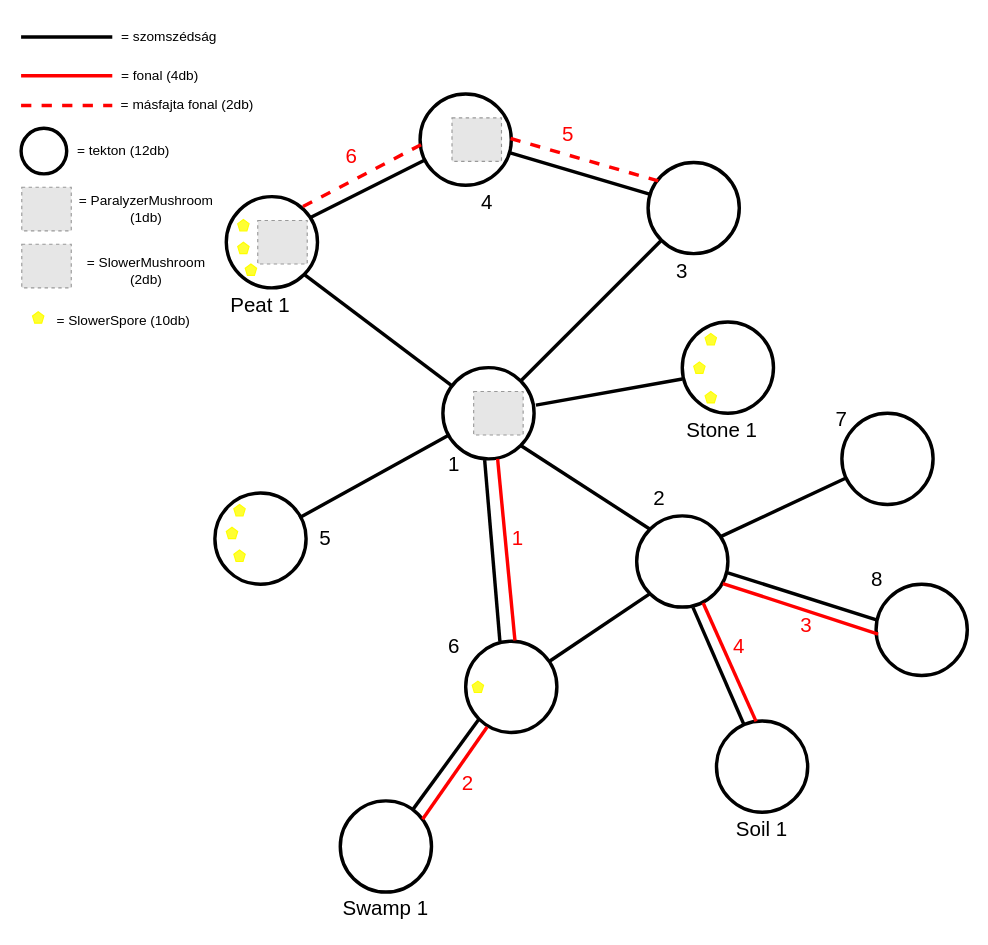
Earlier version of the draw.io diagram UML/arrangeRajzok/arrange_4.drawio (Darknet500/Pandora-Fungis). Source tidied: cells renumbered, new cells numbered last; positions are measured from the earlier drawing's top-left corner, leaving out a move shared by most shapes. Both pictures are drawn from the tidied source at 114%, with x=0, y=0 at pixel (21, 19). Pictures stored in the file or linked from it are replaced by grey dashed boxes.
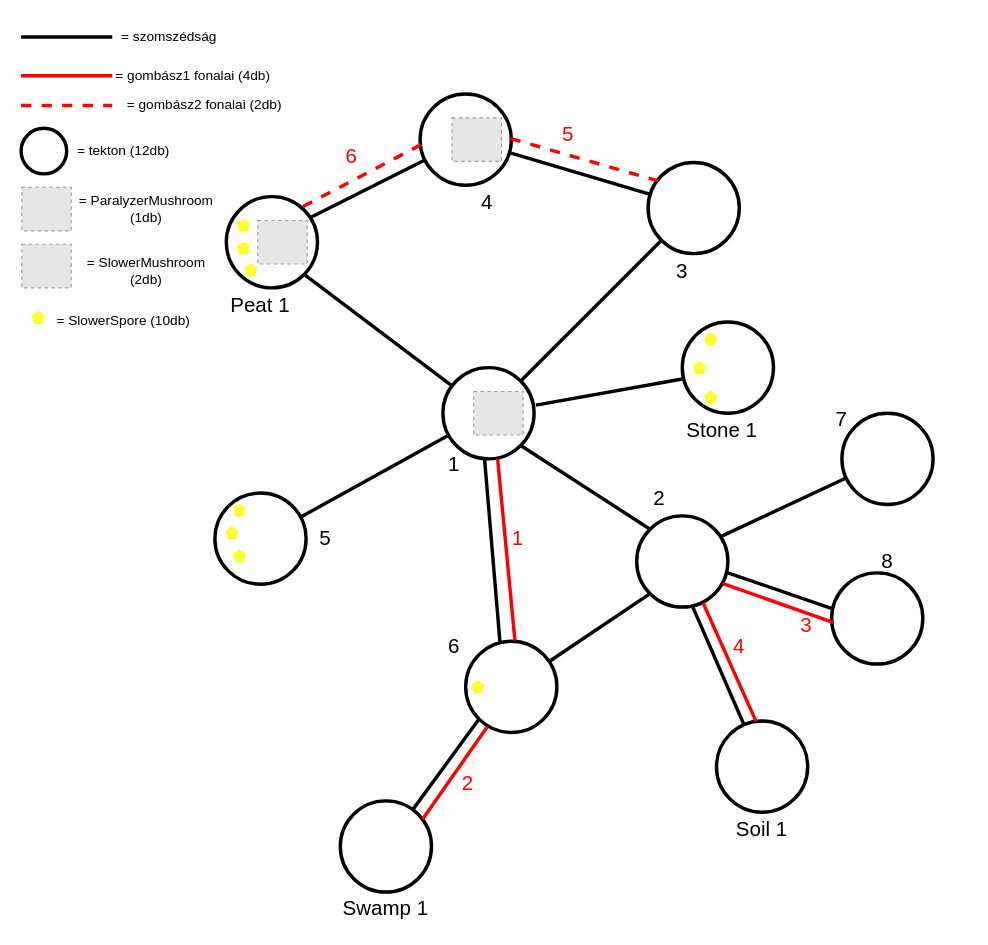
After the change.

Diff of the diagram source:
```diff
@@
     <mxCell id="11" style="ellipse;whiteSpace=wrap;html=1;strokeWidth=3;" parent="1" vertex="1">
-      <mxGeometry x="750" y="495" width="80" height="80" as="geometry" />
+      <mxGeometry x="711" y="485" width="80" height="80" as="geometry" />
     </mxCell>
@@
     <mxCell id="50" value="&lt;font style=&quot;font-size: 18px;&quot;&gt;8&lt;/font&gt;" style="text;html=1;align=center;verticalAlign=middle;whiteSpace=wrap;rounded=0;" parent="1" vertex="1">
-      <mxGeometry x="721" y="476" width="60" height="30" as="geometry" />
+      <mxGeometry x="730" y="460" width="60" height="30" as="geometry" />
     </mxCell>
@@
-    <mxCell id="65" style="endArrow=none;html=1;rounded=0;strokeColor=light-dark(#FF0000,#FFFFFF);strokeWidth=3;" parent="1" edge="1">
+    <mxCell id="65" style="endArrow=none;html=1;rounded=0;strokeColor=#FF0000;strokeWidth=3;" parent="1" edge="1">
       <mxGeometry relative="1" as="geometry">
         <mxPoint y="49" as="sourcePoint" />
         <mxPoint x="80" y="49" as="targetPoint" />
       </mxGeometry>
     </mxCell>
@@
-    <mxCell id="68" value="= fonal (4db)" style="text;html=1;align=center;verticalAlign=middle;whiteSpace=wrap;rounded=0;" parent="1" vertex="1">
-      <mxGeometry x="81.9" y="34" width="80" height="30" as="geometry" />
+    <mxCell id="68" value="= gombász1 fonalai (4db)" style="text;html=1;align=center;verticalAlign=middle;whiteSpace=wrap;rounded=0;" parent="1" vertex="1">
+      <mxGeometry x="81.9" y="34" width="138.1" height="30" as="geometry" />
     </mxCell>
@@
-    <mxCell id="71" value="= másfajta fonal (2db)" style="text;html=1;align=center;verticalAlign=middle;whiteSpace=wrap;rounded=0;" parent="1" vertex="1">
-      <mxGeometry x="81.9" y="60" width="128.1" height="30" as="geometry" />
+    <mxCell id="71" value="= gombász2 fonalai (2db)" style="text;html=1;align=center;verticalAlign=middle;whiteSpace=wrap;rounded=0;" parent="1" vertex="1">
+      <mxGeometry x="81.9" y="60" width="158.1" height="30" as="geometry" />
     </mxCell>
```
